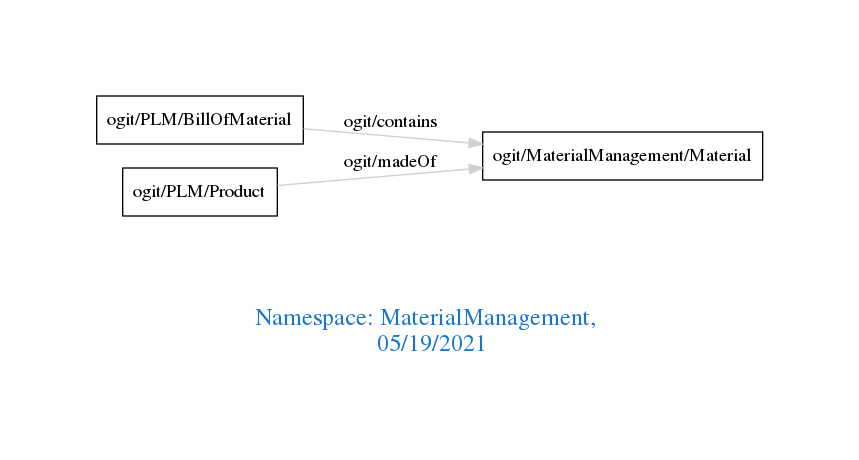
This is downloads/MaterialManagement.png from arago/OGIT, a Graphviz export, as it was before one commit. Its source is kept beside it as downloads/MaterialManagement.dot.
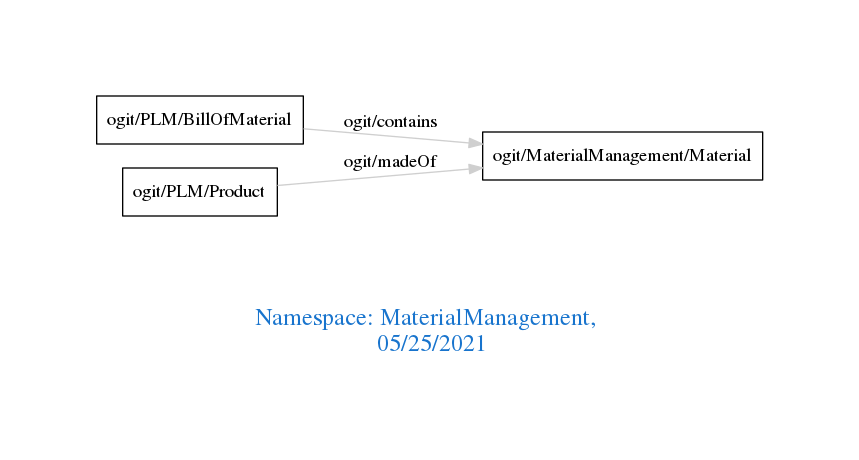
The same diagram one commit later.

Diff of the diagram source:
```diff
@@ -1,7 +1,7 @@
 digraph OGIT_ontology {
  graph [ rankdir= LR,pad=1
 fontsize = 18,
-fontcolor= dodgerblue3,label = "\n\n\nNamespace: MaterialManagement, \n 05/19/2021"];
+fontcolor= dodgerblue3,label = "\n\n\nNamespace: MaterialManagement, \n 05/25/2021"];
 node[shape=polygon];
 edge [  color="gray81"];
 
```
